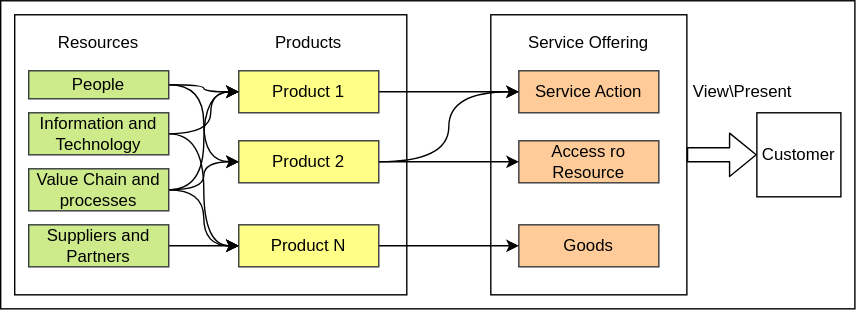
EnProxima/Experience keeps this draw.io diagram as 02. Service Management/Images/ITIL_Res_Prod_SO.svg. Above is the earlier version. Source tidied: cells renumbered, new cells last; positions are measured from the earlier drawing's top-left corner, leaving out a move shared by most shapes. The source it was exported from:
```xml
<mxGraphModel>
  <root>
    <mxCell id="0" />
    <mxCell id="1" parent="0" />
    <mxCell id="2" style="rounded=0;whiteSpace=wrap;html=1;" parent="1" vertex="1">
      <mxGeometry width="610" height="220" as="geometry" />
    </mxCell>
    <mxCell id="3" style="rounded=0;whiteSpace=wrap;html=1;" parent="1" vertex="1">
      <mxGeometry x="350" y="10" width="140" height="200" as="geometry" />
    </mxCell>
    <mxCell id="4" value="Goods" style="rounded=0;whiteSpace=wrap;html=1;fillColor=#ffcc99;strokeColor=#36393d;" parent="1" vertex="1">
      <mxGeometry x="370" y="160" width="100" height="30" as="geometry" />
    </mxCell>
    <mxCell id="5" value="Access ro Resource" style="rounded=0;whiteSpace=wrap;html=1;fillColor=#ffcc99;strokeColor=#36393d;" parent="1" vertex="1">
      <mxGeometry x="370" y="100" width="100" height="30" as="geometry" />
    </mxCell>
    <mxCell id="6" value="Service Action" style="rounded=0;whiteSpace=wrap;html=1;fillColor=#ffcc99;strokeColor=#36393d;" parent="1" vertex="1">
      <mxGeometry x="370" y="50" width="100" height="30" as="geometry" />
    </mxCell>
    <mxCell id="7" style="rounded=0;whiteSpace=wrap;html=1;" parent="1" vertex="1">
      <mxGeometry x="10" y="10" width="280" height="200" as="geometry" />
    </mxCell>
    <mxCell id="8" style="edgeStyle=orthogonalEdgeStyle;curved=1;rounded=0;jettySize=auto;html=1;entryX=0;entryY=0.5;entryDx=0;entryDy=0;" parent="1" edge="1" source="9" target="6">
      <mxGeometry relative="1" as="geometry" />
    </mxCell>
    <mxCell id="9" value="Product 1" style="rounded=0;whiteSpace=wrap;html=1;fillColor=#ffff88;strokeColor=#36393d;" parent="1" vertex="1">
      <mxGeometry x="170" y="50" width="100" height="30" as="geometry" />
    </mxCell>
    <mxCell id="10" style="edgeStyle=orthogonalEdgeStyle;curved=1;rounded=0;jettySize=auto;html=1;entryX=0;entryY=0.5;entryDx=0;entryDy=0;" parent="1" edge="1" source="12" target="6">
      <mxGeometry relative="1" as="geometry" />
    </mxCell>
    <mxCell id="11" style="edgeStyle=orthogonalEdgeStyle;curved=1;rounded=0;jettySize=auto;html=1;entryX=0;entryY=0.5;entryDx=0;entryDy=0;" parent="1" edge="1" source="12" target="5">
      <mxGeometry relative="1" as="geometry" />
    </mxCell>
    <mxCell id="12" value="Product 2" style="rounded=0;whiteSpace=wrap;html=1;fillColor=#ffff88;strokeColor=#36393d;" parent="1" vertex="1">
      <mxGeometry x="170" y="100" width="100" height="30" as="geometry" />
    </mxCell>
    <mxCell id="13" style="edgeStyle=orthogonalEdgeStyle;curved=1;rounded=0;jettySize=auto;html=1;entryX=0;entryY=0.5;entryDx=0;entryDy=0;" parent="1" edge="1" source="14" target="4">
      <mxGeometry relative="1" as="geometry" />
    </mxCell>
    <mxCell id="14" value="Product N" style="rounded=0;whiteSpace=wrap;html=1;fillColor=#ffff88;strokeColor=#36393d;" parent="1" vertex="1">
      <mxGeometry x="170" y="160" width="100" height="30" as="geometry" />
    </mxCell>
    <mxCell id="15" value="Service Offering" style="text;html=1;strokeColor=none;fillColor=none;align=center;verticalAlign=middle;whiteSpace=wrap;rounded=0;" parent="1" vertex="1">
      <mxGeometry x="370" y="20" width="100" height="20" as="geometry" />
    </mxCell>
    <mxCell id="16" value="Resources" style="text;html=1;strokeColor=none;fillColor=none;align=center;verticalAlign=middle;whiteSpace=wrap;rounded=0;" parent="1" vertex="1">
      <mxGeometry x="20" y="10" width="100" height="40" as="geometry" />
    </mxCell>
    <mxCell id="17" style="edgeStyle=orthogonalEdgeStyle;curved=1;rounded=0;jettySize=auto;html=1;entryX=0;entryY=0.5;entryDx=0;entryDy=0;" parent="1" edge="1" source="19" target="9">
      <mxGeometry relative="1" as="geometry" />
    </mxCell>
    <mxCell id="18" style="edgeStyle=orthogonalEdgeStyle;curved=1;rounded=0;jettySize=auto;html=1;entryX=0;entryY=0.5;entryDx=0;entryDy=0;" parent="1" edge="1" source="19" target="12">
      <mxGeometry relative="1" as="geometry" />
    </mxCell>
    <mxCell id="19" value="People" style="rounded=0;whiteSpace=wrap;html=1;fillColor=#cdeb8b;strokeColor=#36393d;" parent="1" vertex="1">
      <mxGeometry x="20" y="50" width="100" height="20" as="geometry" />
    </mxCell>
    <mxCell id="20" style="edgeStyle=orthogonalEdgeStyle;curved=1;rounded=0;jettySize=auto;html=1;" parent="1" edge="1" source="22" target="9">
      <mxGeometry relative="1" as="geometry">
        <Array as="points">
          <mxPoint x="150" y="95" />
          <mxPoint x="150" y="65" />
        </Array>
      </mxGeometry>
    </mxCell>
    <mxCell id="21" style="edgeStyle=orthogonalEdgeStyle;curved=1;rounded=0;jettySize=auto;html=1;entryX=0;entryY=0.5;entryDx=0;entryDy=0;" parent="1" edge="1" source="22" target="14">
      <mxGeometry relative="1" as="geometry" />
    </mxCell>
    <mxCell id="22" value="Information and Technology" style="rounded=0;whiteSpace=wrap;html=1;fillColor=#cdeb8b;strokeColor=#36393d;" parent="1" vertex="1">
      <mxGeometry x="20" y="80" width="100" height="30" as="geometry" />
    </mxCell>
    <mxCell id="23" style="edgeStyle=orthogonalEdgeStyle;curved=1;rounded=0;jettySize=auto;html=1;entryX=0;entryY=0.5;entryDx=0;entryDy=0;" parent="1" edge="1" source="26" target="9">
      <mxGeometry relative="1" as="geometry" />
    </mxCell>
    <mxCell id="24" style="edgeStyle=orthogonalEdgeStyle;curved=1;rounded=0;jettySize=auto;html=1;entryX=0;entryY=0.5;entryDx=0;entryDy=0;" parent="1" edge="1" source="26" target="12">
      <mxGeometry relative="1" as="geometry" />
    </mxCell>
    <mxCell id="25" style="edgeStyle=orthogonalEdgeStyle;curved=1;rounded=0;jettySize=auto;html=1;entryX=0;entryY=0.5;entryDx=0;entryDy=0;" parent="1" edge="1" source="26" target="14">
      <mxGeometry relative="1" as="geometry" />
    </mxCell>
    <mxCell id="26" value="Value Chain and processes" style="rounded=0;whiteSpace=wrap;html=1;fillColor=#cdeb8b;strokeColor=#36393d;" parent="1" vertex="1">
      <mxGeometry x="20" y="120" width="100" height="30" as="geometry" />
    </mxCell>
    <mxCell id="27" style="edgeStyle=orthogonalEdgeStyle;curved=1;rounded=0;jettySize=auto;html=1;" parent="1" edge="1" source="28">
      <mxGeometry relative="1" as="geometry">
        <mxPoint x="170" y="175" as="targetPoint" />
      </mxGeometry>
    </mxCell>
    <mxCell id="28" value="Suppliers and Partners" style="rounded=0;whiteSpace=wrap;html=1;fillColor=#cdeb8b;strokeColor=#36393d;" parent="1" vertex="1">
      <mxGeometry x="20" y="160" width="100" height="30" as="geometry" />
    </mxCell>
    <mxCell id="29" value="Products" style="text;html=1;strokeColor=none;fillColor=none;align=center;verticalAlign=middle;whiteSpace=wrap;rounded=0;" parent="1" vertex="1">
      <mxGeometry x="170" y="10" width="100" height="40" as="geometry" />
    </mxCell>
    <mxCell id="30" value="Customer" style="rounded=0;whiteSpace=wrap;html=1;" parent="1" vertex="1">
      <mxGeometry x="540" y="80" width="60" height="60" as="geometry" />
    </mxCell>
    <mxCell id="31" style="shape=flexArrow;endArrow=classic;html=1;entryX=0;entryY=0.5;entryDx=0;entryDy=0;exitX=1;exitY=0.5;exitDx=0;exitDy=0;" parent="1" edge="1" source="3" target="30">
      <mxGeometry relative="1" as="geometry" />
    </mxCell>
    <mxCell id="32" value="View\Present" style="text;html=1;strokeColor=none;fillColor=none;align=center;verticalAlign=middle;whiteSpace=wrap;rounded=0;" parent="1" vertex="1">
      <mxGeometry x="510" y="55" width="40" height="20" as="geometry" />
    </mxCell>
  </root>
</mxGraphModel>
```
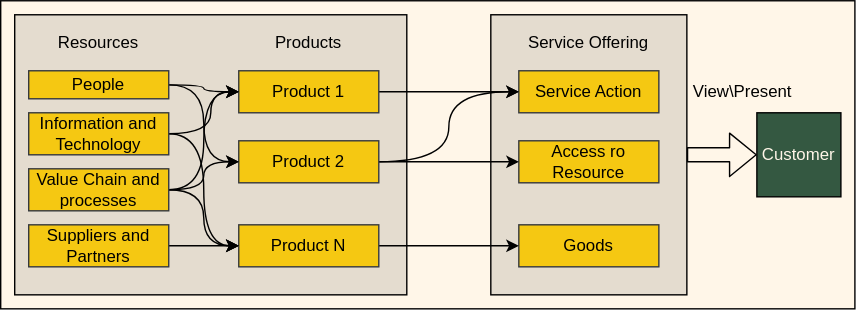
After the change.

The edit, as a diff of the source:
```diff
@@ -2,28 +2,28 @@
   <root>
     <mxCell id="0" />
     <mxCell id="1" parent="0" />
-    <mxCell id="2" style="rounded=0;whiteSpace=wrap;html=1;" parent="1" vertex="1">
+    <mxCell id="2" style="rounded=0;whiteSpace=wrap;html=1;fillColor=#FFF6E8;" parent="1" vertex="1">
       <mxGeometry width="610" height="220" as="geometry" />
     </mxCell>
-    <mxCell id="3" style="rounded=0;whiteSpace=wrap;html=1;" parent="1" vertex="1">
+    <mxCell id="3" style="rounded=0;whiteSpace=wrap;html=1;fillColor=#E4DCCF;" parent="1" vertex="1">
       <mxGeometry x="350" y="10" width="140" height="200" as="geometry" />
     </mxCell>
-    <mxCell id="4" value="Goods" style="rounded=0;whiteSpace=wrap;html=1;fillColor=#ffcc99;strokeColor=#36393d;" parent="1" vertex="1">
+    <mxCell id="4" value="Goods" style="rounded=0;whiteSpace=wrap;html=1;strokeColor=#36393d;fillColor=#F5C812;" parent="1" vertex="1">
       <mxGeometry x="370" y="160" width="100" height="30" as="geometry" />
     </mxCell>
-    <mxCell id="5" value="Access ro Resource" style="rounded=0;whiteSpace=wrap;html=1;fillColor=#ffcc99;strokeColor=#36393d;" parent="1" vertex="1">
+    <mxCell id="5" value="Access ro Resource" style="rounded=0;whiteSpace=wrap;html=1;strokeColor=#36393d;fillColor=#F5C812;" parent="1" vertex="1">
       <mxGeometry x="370" y="100" width="100" height="30" as="geometry" />
     </mxCell>
-    <mxCell id="6" value="Service Action" style="rounded=0;whiteSpace=wrap;html=1;fillColor=#ffcc99;strokeColor=#36393d;" parent="1" vertex="1">
+    <mxCell id="6" value="Service Action" style="rounded=0;whiteSpace=wrap;html=1;strokeColor=#36393d;fillColor=#F5C812;" parent="1" vertex="1">
       <mxGeometry x="370" y="50" width="100" height="30" as="geometry" />
     </mxCell>
-    <mxCell id="7" style="rounded=0;whiteSpace=wrap;html=1;" parent="1" vertex="1">
+    <mxCell id="7" style="rounded=0;whiteSpace=wrap;html=1;fillColor=#E4DCCF;" parent="1" vertex="1">
       <mxGeometry x="10" y="10" width="280" height="200" as="geometry" />
     </mxCell>
     <mxCell id="8" style="edgeStyle=orthogonalEdgeStyle;curved=1;rounded=0;jettySize=auto;html=1;entryX=0;entryY=0.5;entryDx=0;entryDy=0;" parent="1" edge="1" source="9" target="6">
       <mxGeometry relative="1" as="geometry" />
     </mxCell>
-    <mxCell id="9" value="Product 1" style="rounded=0;whiteSpace=wrap;html=1;fillColor=#ffff88;strokeColor=#36393d;" parent="1" vertex="1">
+    <mxCell id="9" value="Product 1" style="rounded=0;whiteSpace=wrap;html=1;strokeColor=#36393d;fillColor=#F5C812;" parent="1" vertex="1">
       <mxGeometry x="170" y="50" width="100" height="30" as="geometry" />
     </mxCell>
     <mxCell id="10" style="edgeStyle=orthogonalEdgeStyle;curved=1;rounded=0;jettySize=auto;html=1;entryX=0;entryY=0.5;entryDx=0;entryDy=0;" parent="1" edge="1" source="12" target="6">
@@ -32,13 +32,13 @@
     <mxCell id="11" style="edgeStyle=orthogonalEdgeStyle;curved=1;rounded=0;jettySize=auto;html=1;entryX=0;entryY=0.5;entryDx=0;entryDy=0;" parent="1" edge="1" source="12" target="5">
       <mxGeometry relative="1" as="geometry" />
     </mxCell>
-    <mxCell id="12" value="Product 2" style="rounded=0;whiteSpace=wrap;html=1;fillColor=#ffff88;strokeColor=#36393d;" parent="1" vertex="1">
+    <mxCell id="12" value="Product 2" style="rounded=0;whiteSpace=wrap;html=1;strokeColor=#36393d;fillColor=#F5C812;" parent="1" vertex="1">
       <mxGeometry x="170" y="100" width="100" height="30" as="geometry" />
     </mxCell>
     <mxCell id="13" style="edgeStyle=orthogonalEdgeStyle;curved=1;rounded=0;jettySize=auto;html=1;entryX=0;entryY=0.5;entryDx=0;entryDy=0;" parent="1" edge="1" source="14" target="4">
       <mxGeometry relative="1" as="geometry" />
     </mxCell>
-    <mxCell id="14" value="Product N" style="rounded=0;whiteSpace=wrap;html=1;fillColor=#ffff88;strokeColor=#36393d;" parent="1" vertex="1">
+    <mxCell id="14" value="Product N" style="rounded=0;whiteSpace=wrap;html=1;strokeColor=#36393d;fillColor=#F5C812;" parent="1" vertex="1">
       <mxGeometry x="170" y="160" width="100" height="30" as="geometry" />
     </mxCell>
     <mxCell id="15" value="Service Offering" style="text;html=1;strokeColor=none;fillColor=none;align=center;verticalAlign=middle;whiteSpace=wrap;rounded=0;" parent="1" vertex="1">
@@ -53,7 +53,7 @@
     <mxCell id="18" style="edgeStyle=orthogonalEdgeStyle;curved=1;rounded=0;jettySize=auto;html=1;entryX=0;entryY=0.5;entryDx=0;entryDy=0;" parent="1" edge="1" source="19" target="12">
       <mxGeometry relative="1" as="geometry" />
     </mxCell>
-    <mxCell id="19" value="People" style="rounded=0;whiteSpace=wrap;html=1;fillColor=#cdeb8b;strokeColor=#36393d;" parent="1" vertex="1">
+    <mxCell id="19" value="People" style="rounded=0;whiteSpace=wrap;html=1;strokeColor=#36393d;fillColor=#F5C812;" parent="1" vertex="1">
       <mxGeometry x="20" y="50" width="100" height="20" as="geometry" />
     </mxCell>
     <mxCell id="20" style="edgeStyle=orthogonalEdgeStyle;curved=1;rounded=0;jettySize=auto;html=1;" parent="1" edge="1" source="22" target="9">
@@ -67,7 +67,7 @@
     <mxCell id="21" style="edgeStyle=orthogonalEdgeStyle;curved=1;rounded=0;jettySize=auto;html=1;entryX=0;entryY=0.5;entryDx=0;entryDy=0;" parent="1" edge="1" source="22" target="14">
       <mxGeometry relative="1" as="geometry" />
     </mxCell>
-    <mxCell id="22" value="Information and Technology" style="rounded=0;whiteSpace=wrap;html=1;fillColor=#cdeb8b;strokeColor=#36393d;" parent="1" vertex="1">
+    <mxCell id="22" value="Information and Technology" style="rounded=0;whiteSpace=wrap;html=1;strokeColor=#36393d;fillColor=#F5C812;" parent="1" vertex="1">
       <mxGeometry x="20" y="80" width="100" height="30" as="geometry" />
     </mxCell>
     <mxCell id="23" style="edgeStyle=orthogonalEdgeStyle;curved=1;rounded=0;jettySize=auto;html=1;entryX=0;entryY=0.5;entryDx=0;entryDy=0;" parent="1" edge="1" source="26" target="9">
@@ -79,7 +79,7 @@
     <mxCell id="25" style="edgeStyle=orthogonalEdgeStyle;curved=1;rounded=0;jettySize=auto;html=1;entryX=0;entryY=0.5;entryDx=0;entryDy=0;" parent="1" edge="1" source="26" target="14">
       <mxGeometry relative="1" as="geometry" />
     </mxCell>
-    <mxCell id="26" value="Value Chain and processes" style="rounded=0;whiteSpace=wrap;html=1;fillColor=#cdeb8b;strokeColor=#36393d;" parent="1" vertex="1">
+    <mxCell id="26" value="Value Chain and processes" style="rounded=0;whiteSpace=wrap;html=1;strokeColor=#36393d;fillColor=#F5C812;" parent="1" vertex="1">
       <mxGeometry x="20" y="120" width="100" height="30" as="geometry" />
     </mxCell>
     <mxCell id="27" style="edgeStyle=orthogonalEdgeStyle;curved=1;rounded=0;jettySize=auto;html=1;" parent="1" edge="1" source="28">
@@ -87,13 +87,13 @@
         <mxPoint x="170" y="175" as="targetPoint" />
       </mxGeometry>
     </mxCell>
-    <mxCell id="28" value="Suppliers and Partners" style="rounded=0;whiteSpace=wrap;html=1;fillColor=#cdeb8b;strokeColor=#36393d;" parent="1" vertex="1">
+    <mxCell id="28" value="Suppliers and Partners" style="rounded=0;whiteSpace=wrap;html=1;strokeColor=#36393d;fillColor=#F5C812;" parent="1" vertex="1">
       <mxGeometry x="20" y="160" width="100" height="30" as="geometry" />
     </mxCell>
     <mxCell id="29" value="Products" style="text;html=1;strokeColor=none;fillColor=none;align=center;verticalAlign=middle;whiteSpace=wrap;rounded=0;" parent="1" vertex="1">
       <mxGeometry x="170" y="10" width="100" height="40" as="geometry" />
     </mxCell>
-    <mxCell id="30" value="Customer" style="rounded=0;whiteSpace=wrap;html=1;" parent="1" vertex="1">
+    <mxCell id="30" value="Customer" style="rounded=0;whiteSpace=wrap;html=1;fillColor=#345841;fontColor=#FFF6E8;" parent="1" vertex="1">
       <mxGeometry x="540" y="80" width="60" height="60" as="geometry" />
     </mxCell>
     <mxCell id="31" style="shape=flexArrow;endArrow=classic;html=1;entryX=0;entryY=0.5;entryDx=0;entryDy=0;exitX=1;exitY=0.5;exitDx=0;exitDy=0;" parent="1" edge="1" source="3" target="30">
```
